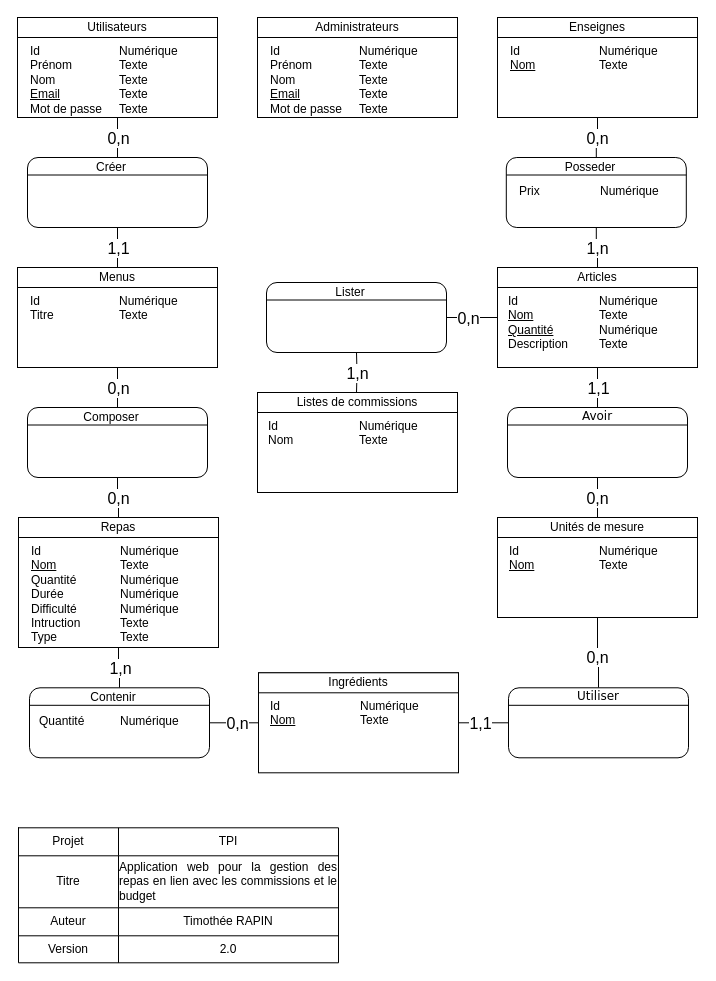
The draw.io diagram Documentation/07 BDD/MCD/MCD.drawio in TimotheeRapin/WebAppGestionRepas, before the edit. Source tidied: cells renumbered, new cells numbered last; positions are measured from the earlier drawing's top-left corner, leaving out a move shared by most shapes. Both pictures are drawn from the tidied source at 100%, with x=0, y=0 at pixel (17, 17).
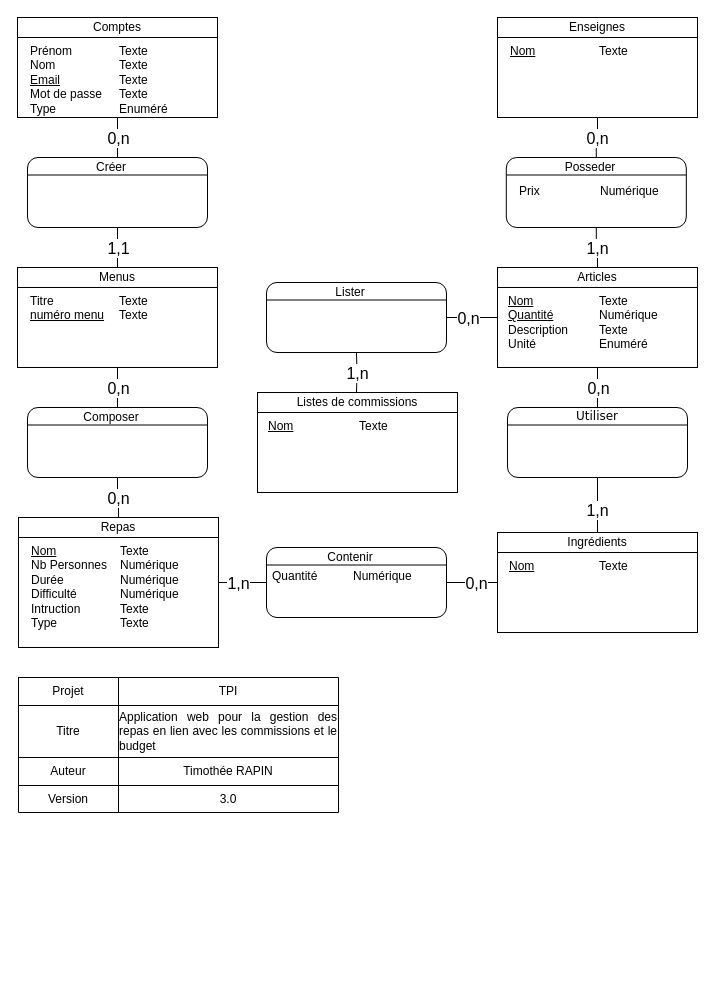
The same diagram, later.

Unchanged cells that the change refers to:
```xml
<mxCell id="12" style="shape=partialRectangle;html=1;whiteSpace=wrap;fillColor=none;top=0;left=0;bottom=0;right=0;" parent="2" vertex="1">
  <mxGeometry y="108" width="320" height="27" as="geometry" />
</mxCell>
<mxCell id="46" value="&lt;div style=&quot;box-sizing: border-box ; width: 100% ; padding: 2px&quot;&gt;&lt;br&gt;&lt;/div&gt;" style="verticalAlign=top;align=center;overflow=fill;html=1;rounded=0;shadow=0;comic=0;labelBackgroundColor=none;strokeColor=#000000;strokeWidth=1;fillColor=#ffffff;fontFamily=Verdana;fontSize=12;fontColor=#000000;" parent="1" vertex="1">
  <mxGeometry x="1" y="500" width="200" height="130" as="geometry" />
</mxCell>
<mxCell id="77" style="edgeStyle=orthogonalEdgeStyle;html=1;labelBackgroundColor=none;startArrow=none;endArrow=none;fontFamily=Verdana;fontSize=12;align=left;entryX=0.5;entryY=0;entryDx=0;entryDy=0;startFill=0;endFill=0;rounded=0;exitX=0.5;exitY=1;exitDx=0;exitDy=0;" parent="1" edge="1" source="34" target="79">
  <mxGeometry relative="1" as="geometry" />
</mxCell>
```

Diff of the diagram source:
```diff
@@
     <mxCell id="2" style="shape=table;html=1;whiteSpace=wrap;startSize=0;childLayout=tableLayout;" parent="1" vertex="1">
-      <mxGeometry x="1" y="810.3" width="320" height="135" as="geometry" />
+      <mxGeometry x="1" y="660" width="320" height="135" as="geometry" />
     </mxCell>
@@
-    <mxCell id="14" value="2.0" style="shape=partialRectangle;html=1;whiteSpace=wrap;overflow=hidden;fillColor=none;top=0;left=0;bottom=0;right=0;" parent="12" vertex="1">
+    <mxCell id="14" value="3.0" style="shape=partialRectangle;html=1;whiteSpace=wrap;overflow=hidden;fillColor=none;top=0;left=0;bottom=0;right=0;" parent="12" vertex="1">
       <mxGeometry x="100" width="220" height="27" as="geometry" />
     </mxCell>
@@
-    <mxCell id="16" value="Utilisateurs" style="rounded=0;whiteSpace=wrap;html=1;" parent="1" vertex="1">
+    <mxCell id="16" value="Comptes" style="rounded=0;whiteSpace=wrap;html=1;" parent="1" vertex="1">
       <mxGeometry width="200" height="20" as="geometry" />
     </mxCell>
-    <mxCell id="17" value="Id&lt;br style=&quot;border-color: var(--border-color);&quot;&gt;Prénom&lt;br style=&quot;border-color: var(--border-color);&quot;&gt;Nom&lt;br style=&quot;border-color: var(--border-color);&quot;&gt;&lt;u style=&quot;border-color: var(--border-color);&quot;&gt;Email&lt;/u&gt;&lt;br style=&quot;border-color: var(--border-color);&quot;&gt;Mot de passe" style="text;html=1;strokeColor=none;fillColor=none;align=left;verticalAlign=top;whiteSpace=wrap;rounded=0;" parent="1" vertex="1">
+    <mxCell id="17" value="Prénom&lt;br style=&quot;border-color: var(--border-color);&quot;&gt;Nom&lt;br style=&quot;border-color: var(--border-color);&quot;&gt;&lt;u style=&quot;border-color: var(--border-color);&quot;&gt;Email&lt;/u&gt;&lt;br style=&quot;border-color: var(--border-color);&quot;&gt;Mot de passe&lt;br&gt;Type" style="text;html=1;strokeColor=none;fillColor=none;align=left;verticalAlign=top;whiteSpace=wrap;rounded=0;" parent="1" vertex="1">
       <mxGeometry x="11" y="20" width="90" height="60" as="geometry" />
     </mxCell>
-    <mxCell id="18" value="Numérique&lt;br style=&quot;border-color: var(--border-color);&quot;&gt;Texte&lt;br style=&quot;border-color: var(--border-color);&quot;&gt;Texte&lt;br style=&quot;border-color: var(--border-color);&quot;&gt;Texte&lt;br style=&quot;border-color: var(--border-color);&quot;&gt;Texte" style="text;html=1;strokeColor=none;fillColor=none;align=left;verticalAlign=top;whiteSpace=wrap;rounded=0;" parent="1" vertex="1">
+    <mxCell id="18" value="Texte&lt;br style=&quot;border-color: var(--border-color);&quot;&gt;Texte&lt;br style=&quot;border-color: var(--border-color);&quot;&gt;Texte&lt;br style=&quot;border-color: var(--border-color);&quot;&gt;Texte&lt;br&gt;Enuméré" style="text;html=1;strokeColor=none;fillColor=none;align=left;verticalAlign=top;whiteSpace=wrap;rounded=0;" parent="1" vertex="1">
       <mxGeometry x="100" y="20" width="100" height="50" as="geometry" />
     </mxCell>
-    <mxCell id="19" value="&lt;div style=&quot;box-sizing: border-box ; width: 100% ; padding: 2px&quot;&gt;&lt;br&gt;&lt;/div&gt;" style="verticalAlign=top;align=center;overflow=fill;html=1;rounded=0;shadow=0;comic=0;labelBackgroundColor=none;strokeColor=#000000;strokeWidth=1;fillColor=#ffffff;fontFamily=Verdana;fontSize=12;fontColor=#000000;" parent="1" vertex="1">
-      <mxGeometry x="240" width="200" height="100" as="geometry" />
-    </mxCell>
-    <mxCell id="20" value="Administrateurs" style="rounded=0;whiteSpace=wrap;html=1;" parent="1" vertex="1">
-      <mxGeometry x="240" width="200" height="20" as="geometry" />
-    </mxCell>
-    <mxCell id="21" value="Id&lt;br style=&quot;border-color: var(--border-color);&quot;&gt;Prénom&lt;br style=&quot;border-color: var(--border-color);&quot;&gt;Nom&lt;br style=&quot;border-color: var(--border-color);&quot;&gt;&lt;u style=&quot;border-color: var(--border-color);&quot;&gt;Email&lt;/u&gt;&lt;br style=&quot;border-color: var(--border-color);&quot;&gt;Mot de passe" style="text;html=1;strokeColor=none;fillColor=none;align=left;verticalAlign=top;whiteSpace=wrap;rounded=0;" parent="1" vertex="1">
-      <mxGeometry x="251" y="20" width="90" height="60" as="geometry" />
-    </mxCell>
-    <mxCell id="22" value="Numérique&lt;br style=&quot;border-color: var(--border-color);&quot;&gt;Texte&lt;br style=&quot;border-color: var(--border-color);&quot;&gt;Texte&lt;br style=&quot;border-color: var(--border-color);&quot;&gt;Texte&lt;br style=&quot;border-color: var(--border-color);&quot;&gt;Texte" style="text;html=1;strokeColor=none;fillColor=none;align=left;verticalAlign=top;whiteSpace=wrap;rounded=0;" parent="1" vertex="1">
-      <mxGeometry x="340" y="20" width="100" height="50" as="geometry" />
-    </mxCell>
@@
-    <mxCell id="25" value="Id&lt;br&gt;Titre" style="text;html=1;strokeColor=none;fillColor=none;align=left;verticalAlign=top;whiteSpace=wrap;rounded=0;" parent="1" vertex="1">
+    <mxCell id="25" value="Titre&lt;br&gt;&lt;u&gt;numéro menu&lt;/u&gt;" style="text;html=1;strokeColor=none;fillColor=none;align=left;verticalAlign=top;whiteSpace=wrap;rounded=0;" parent="1" vertex="1">
       <mxGeometry x="11" y="270" width="90" height="60" as="geometry" />
     </mxCell>
-    <mxCell id="26" value="Numérique&lt;br&gt;Texte" style="text;html=1;strokeColor=none;fillColor=none;align=left;verticalAlign=top;whiteSpace=wrap;rounded=0;" parent="1" vertex="1">
+    <mxCell id="26" value="Texte&lt;br&gt;Texte" style="text;html=1;strokeColor=none;fillColor=none;align=left;verticalAlign=top;whiteSpace=wrap;rounded=0;" parent="1" vertex="1">
       <mxGeometry x="100" y="270" width="100" height="50" as="geometry" />
     </mxCell>
@@
-    <mxCell id="36" value="Id&lt;br style=&quot;border-color: var(--border-color);&quot;&gt;&lt;u&gt;Nom&lt;/u&gt;&lt;br&gt;&lt;u&gt;Quantité&lt;/u&gt;&lt;br&gt;Description" style="text;html=1;strokeColor=none;fillColor=none;align=left;verticalAlign=top;whiteSpace=wrap;rounded=0;" parent="1" vertex="1">
+    <mxCell id="36" value="&lt;u&gt;Nom&lt;/u&gt;&lt;br&gt;&lt;u&gt;Quantité&lt;/u&gt;&lt;br&gt;Description&lt;br&gt;Unité" style="text;html=1;strokeColor=none;fillColor=none;align=left;verticalAlign=top;whiteSpace=wrap;rounded=0;" parent="1" vertex="1">
       <mxGeometry x="489" y="270" width="92" height="60" as="geometry" />
     </mxCell>
-    <mxCell id="37" value="Numérique&lt;br style=&quot;border-color: var(--border-color);&quot;&gt;Texte&lt;br style=&quot;border-color: var(--border-color);&quot;&gt;Numérique&lt;br&gt;Texte" style="text;html=1;strokeColor=none;fillColor=none;align=left;verticalAlign=top;whiteSpace=wrap;rounded=0;" parent="1" vertex="1">
+    <mxCell id="37" value="Texte&lt;br style=&quot;border-color: var(--border-color);&quot;&gt;Numérique&lt;br&gt;Texte&lt;br&gt;Enuméré" style="text;html=1;strokeColor=none;fillColor=none;align=left;verticalAlign=top;whiteSpace=wrap;rounded=0;" parent="1" vertex="1">
       <mxGeometry x="580" y="270" width="100" height="50" as="geometry" />
     </mxCell>
@@
-    <mxCell id="40" value="Id&lt;br style=&quot;border-color: var(--border-color);&quot;&gt;&lt;u&gt;Nom&lt;br&gt;&lt;/u&gt;" style="text;html=1;strokeColor=none;fillColor=none;align=left;verticalAlign=top;whiteSpace=wrap;rounded=0;" parent="1" vertex="1">
+    <mxCell id="40" value="&lt;u&gt;Nom&lt;br&gt;&lt;/u&gt;" style="text;html=1;strokeColor=none;fillColor=none;align=left;verticalAlign=top;whiteSpace=wrap;rounded=0;" parent="1" vertex="1">
       <mxGeometry x="491" y="20" width="90" height="60" as="geometry" />
     </mxCell>
-    <mxCell id="41" value="Numérique&lt;br style=&quot;border-color: var(--border-color);&quot;&gt;Texte" style="text;html=1;strokeColor=none;fillColor=none;align=left;verticalAlign=top;whiteSpace=wrap;rounded=0;" parent="1" vertex="1">
+    <mxCell id="41" value="Texte" style="text;html=1;strokeColor=none;fillColor=none;align=left;verticalAlign=top;whiteSpace=wrap;rounded=0;" parent="1" vertex="1">
       <mxGeometry x="580" y="20" width="100" height="50" as="geometry" />
     </mxCell>
     <mxCell id="42" value="&lt;div style=&quot;box-sizing: border-box ; width: 100% ; padding: 2px&quot;&gt;&lt;br&gt;&lt;/div&gt;" style="verticalAlign=top;align=center;overflow=fill;html=1;rounded=0;shadow=0;comic=0;labelBackgroundColor=none;strokeColor=#000000;strokeWidth=1;fillColor=#ffffff;fontFamily=Verdana;fontSize=12;fontColor=#000000;" parent="1" vertex="1">
-      <mxGeometry x="241" y="655.3" width="200" height="100" as="geometry" />
+      <mxGeometry x="480" y="515" width="200" height="100" as="geometry" />
     </mxCell>
     <mxCell id="43" value="Ingrédients" style="rounded=0;whiteSpace=wrap;html=1;" parent="1" vertex="1">
-      <mxGeometry x="241" y="655.3" width="200" height="20" as="geometry" />
+      <mxGeometry x="480" y="515" width="200" height="20" as="geometry" />
     </mxCell>
-    <mxCell id="44" value="Id&lt;br style=&quot;border-color: var(--border-color);&quot;&gt;&lt;u&gt;Nom&lt;br&gt;&lt;/u&gt;" style="text;html=1;strokeColor=none;fillColor=none;align=left;verticalAlign=top;whiteSpace=wrap;rounded=0;" parent="1" vertex="1">
-      <mxGeometry x="251" y="675.3" width="91" height="60" as="geometry" />
+    <mxCell id="44" value="&lt;u&gt;Nom&lt;br&gt;&lt;/u&gt;" style="text;html=1;strokeColor=none;fillColor=none;align=left;verticalAlign=top;whiteSpace=wrap;rounded=0;" parent="1" vertex="1">
+      <mxGeometry x="490" y="535" width="91" height="60" as="geometry" />
     </mxCell>
-    <mxCell id="45" value="Numérique&lt;br style=&quot;border-color: var(--border-color);&quot;&gt;Texte" style="text;html=1;strokeColor=none;fillColor=none;align=left;verticalAlign=top;whiteSpace=wrap;rounded=0;" parent="1" vertex="1">
-      <mxGeometry x="341" y="675.3" width="100" height="50" as="geometry" />
+    <mxCell id="45" value="Texte" style="text;html=1;strokeColor=none;fillColor=none;align=left;verticalAlign=top;whiteSpace=wrap;rounded=0;" parent="1" vertex="1">
+      <mxGeometry x="580" y="535" width="100" height="50" as="geometry" />
     </mxCell>
@@
-    <mxCell id="48" value="Id&lt;br style=&quot;border-color: var(--border-color);&quot;&gt;&lt;u&gt;Nom&lt;/u&gt;&lt;br&gt;Quantité&lt;br&gt;Durée&lt;br&gt;Difficulté&lt;br&gt;Intruction&lt;br&gt;Type" style="text;html=1;strokeColor=none;fillColor=none;align=left;verticalAlign=top;whiteSpace=wrap;rounded=0;" parent="1" vertex="1">
+    <mxCell id="48" value="&lt;u&gt;Nom&lt;/u&gt;&lt;br&gt;Nb Personnes&lt;br&gt;Durée&lt;br&gt;Difficulté&lt;br&gt;Intruction&lt;br&gt;Type" style="text;html=1;strokeColor=none;fillColor=none;align=left;verticalAlign=top;whiteSpace=wrap;rounded=0;" parent="1" vertex="1">
       <mxGeometry x="12" y="520" width="90" height="60" as="geometry" />
     </mxCell>
-    <mxCell id="49" value="Numérique&lt;br style=&quot;border-color: var(--border-color);&quot;&gt;Texte&lt;br style=&quot;border-color: var(--border-color);&quot;&gt;Numérique&lt;br&gt;Numérique&lt;br&gt;Numérique&lt;br&gt;Texte&lt;br&gt;Texte" style="text;html=1;strokeColor=none;fillColor=none;align=left;verticalAlign=top;whiteSpace=wrap;rounded=0;" parent="1" vertex="1">
+    <mxCell id="49" value="Texte&lt;br style=&quot;border-color: var(--border-color);&quot;&gt;Numérique&lt;br&gt;Numérique&lt;br&gt;Numérique&lt;br&gt;Texte&lt;br&gt;Texte" style="text;html=1;strokeColor=none;fillColor=none;align=left;verticalAlign=top;whiteSpace=wrap;rounded=0;" parent="1" vertex="1">
       <mxGeometry x="101" y="520" width="100" height="50" as="geometry" />
     </mxCell>
@@
-    <mxCell id="57" style="edgeStyle=orthogonalEdgeStyle;html=1;labelBackgroundColor=none;startArrow=none;endArrow=none;fontFamily=Verdana;fontSize=12;align=left;entryX=0.5;entryY=0;entryDx=0;entryDy=0;startFill=0;endFill=0;rounded=0;exitX=0.5;exitY=1;exitDx=0;exitDy=0;" parent="1" edge="1" source="46" target="59">
+    <mxCell id="57" style="edgeStyle=orthogonalEdgeStyle;html=1;labelBackgroundColor=none;startArrow=none;endArrow=none;fontFamily=Verdana;fontSize=12;align=left;entryX=0;entryY=0.5;entryDx=0;entryDy=0;startFill=0;endFill=0;rounded=0;exitX=1;exitY=0.5;exitDx=0;exitDy=0;" parent="1" edge="1" source="46" target="59">
       <mxGeometry relative="1" as="geometry" />
     </mxCell>
     <mxCell id="58" value="1,n" style="text;html=1;align=center;verticalAlign=middle;labelBackgroundColor=#ffffff;direction=south;fontSize=16;" parent="57" vertex="1">
       <mxGeometry x="-0.77" y="-1" relative="1" as="geometry">
-        <mxPoint x="2" y="15" as="offset" />
+        <mxPoint x="13" y="-1" as="offset" />
       </mxGeometry>
     </mxCell>
     <mxCell id="59" value="&lt;div style=&quot;box-sizing: border-box ; width: 100% ; padding: 2px&quot;&gt;&lt;br&gt;&lt;/div&gt;" style="verticalAlign=top;align=center;overflow=fill;html=1;rounded=1;shadow=0;comic=0;labelBackgroundColor=none;strokeColor=#000000;strokeWidth=1;fillColor=#ffffff;fontFamily=Verdana;fontSize=12;fontColor=#000000;" parent="1" vertex="1">
-      <mxGeometry x="12" y="670.3" width="180" height="70" as="geometry" />
+      <mxGeometry x="249" y="530" width="180" height="70" as="geometry" />
     </mxCell>
@@
     <mxCell id="63" value="Contenir" style="text;html=1;strokeColor=none;fillColor=none;align=center;verticalAlign=middle;whiteSpace=wrap;rounded=0;" parent="1" vertex="1">
-      <mxGeometry x="36" y="670.3" width="120" height="20" as="geometry" />
+      <mxGeometry x="273" y="530" width="120" height="20" as="geometry" />
     </mxCell>
@@
-    <mxCell id="73" value="&lt;div style=&quot;box-sizing: border-box ; width: 100% ; padding: 2px&quot;&gt;&lt;br&gt;&lt;/div&gt;" style="verticalAlign=top;align=center;overflow=fill;html=1;rounded=0;shadow=0;comic=0;labelBackgroundColor=none;strokeColor=#000000;strokeWidth=1;fillColor=#ffffff;fontFamily=Verdana;fontSize=12;fontColor=#000000;" parent="1" vertex="1">
-      <mxGeometry x="480" y="500" width="200" height="100" as="geometry" />
-    </mxCell>
-    <mxCell id="74" value="Unités de mesure" style="rounded=0;whiteSpace=wrap;html=1;" parent="1" vertex="1">
-      <mxGeometry x="480" y="500" width="200" height="20" as="geometry" />
-    </mxCell>
-    <mxCell id="75" value="Id&lt;br style=&quot;border-color: var(--border-color);&quot;&gt;&lt;u&gt;Nom&lt;br&gt;&lt;/u&gt;" style="text;html=1;strokeColor=none;fillColor=none;align=left;verticalAlign=top;whiteSpace=wrap;rounded=0;" parent="1" vertex="1">
-      <mxGeometry x="490" y="520" width="91" height="60" as="geometry" />
-    </mxCell>
-    <mxCell id="76" value="Numérique&lt;br style=&quot;border-color: var(--border-color);&quot;&gt;Texte" style="text;html=1;strokeColor=none;fillColor=none;align=left;verticalAlign=top;whiteSpace=wrap;rounded=0;" parent="1" vertex="1">
-      <mxGeometry x="580" y="520" width="100" height="50" as="geometry" />
-    </mxCell>
@@
-    <mxCell id="78" value="1,1" style="text;html=1;align=center;verticalAlign=middle;labelBackgroundColor=#ffffff;direction=south;fontSize=16;" parent="77" vertex="1">
+    <mxCell id="78" value="0,n" style="text;html=1;align=center;verticalAlign=middle;labelBackgroundColor=#ffffff;direction=south;fontSize=16;" parent="77" vertex="1">
       <mxGeometry x="-0.77" y="-1" relative="1" as="geometry">
         <mxPoint x="1" y="15" as="offset" />
       </mxGeometry>
     </mxCell>
-    <mxCell id="79" value="&lt;div style=&quot;box-sizing: border-box ; width: 100% ; padding: 2px&quot;&gt;Avoir&lt;/div&gt;" style="verticalAlign=top;align=center;overflow=fill;html=1;rounded=1;shadow=0;comic=0;labelBackgroundColor=none;strokeColor=#000000;strokeWidth=1;fillColor=#ffffff;fontFamily=Verdana;fontSize=12;fontColor=#000000;" parent="1" vertex="1">
+    <mxCell id="79" value="&lt;div style=&quot;box-sizing: border-box ; width: 100% ; padding: 2px&quot;&gt;Utiliser&lt;/div&gt;" style="verticalAlign=top;align=center;overflow=fill;html=1;rounded=1;shadow=0;comic=0;labelBackgroundColor=none;strokeColor=#000000;strokeWidth=1;fillColor=#ffffff;fontFamily=Verdana;fontSize=12;fontColor=#000000;" parent="1" vertex="1">
       <mxGeometry x="490" y="390" width="180" height="70" as="geometry" />
     </mxCell>
-    <mxCell id="80" style="edgeStyle=orthogonalEdgeStyle;rounded=0;jettySize=auto;html=1;startArrow=none;startFill=0;endArrow=none;endFill=0;exitX=0.5;exitY=0;exitDx=0;exitDy=0;" parent="1" edge="1" source="74" target="79">
+    <mxCell id="80" style="edgeStyle=orthogonalEdgeStyle;rounded=0;jettySize=auto;html=1;startArrow=none;startFill=0;endArrow=none;endFill=0;exitX=0.5;exitY=0;exitDx=0;exitDy=0;" parent="1" edge="1" source="43" target="79">
       <mxGeometry relative="1" as="geometry" />
     </mxCell>
-    <mxCell id="81" value="0,n" style="text;html=1;align=center;verticalAlign=middle;labelBackgroundColor=#ffffff;fontSize=16;" parent="80" vertex="1">
+    <mxCell id="81" value="1,n" style="text;html=1;align=center;verticalAlign=middle;labelBackgroundColor=#ffffff;fontSize=16;" parent="80" vertex="1">
       <mxGeometry x="-0.65" relative="1" as="geometry">
         <mxPoint x="-1" y="-13" as="offset" />
       </mxGeometry>
     </mxCell>
@@
-    <mxCell id="83" style="edgeStyle=orthogonalEdgeStyle;html=1;labelBackgroundColor=none;startArrow=none;endArrow=none;fontFamily=Verdana;fontSize=12;align=left;entryX=0.5;entryY=0;entryDx=0;entryDy=0;startFill=0;endFill=0;rounded=0;exitX=0.5;exitY=1;exitDx=0;exitDy=0;" parent="1" edge="1" source="73" target="85">
-      <mxGeometry relative="1" as="geometry" />
-    </mxCell>
-    <mxCell id="84" value="0,n" style="text;html=1;align=center;verticalAlign=middle;labelBackgroundColor=#ffffff;direction=south;fontSize=16;" parent="83" vertex="1">
-      <mxGeometry x="-0.77" y="-1" relative="1" as="geometry">
-        <mxPoint y="31" as="offset" />
-      </mxGeometry>
-    </mxCell>
-    <mxCell id="85" value="&lt;div style=&quot;box-sizing: border-box ; width: 100% ; padding: 2px&quot;&gt;Utiliser&lt;/div&gt;" style="verticalAlign=top;align=center;overflow=fill;html=1;rounded=1;shadow=0;comic=0;labelBackgroundColor=none;strokeColor=#000000;strokeWidth=1;fillColor=#ffffff;fontFamily=Verdana;fontSize=12;fontColor=#000000;" parent="1" vertex="1">
-      <mxGeometry x="491" y="670.3" width="180" height="70" as="geometry" />
-    </mxCell>
-    <mxCell id="86" style="edgeStyle=orthogonalEdgeStyle;rounded=0;jettySize=auto;html=1;startArrow=none;startFill=0;endArrow=none;endFill=0;exitX=1;exitY=0.5;exitDx=0;exitDy=0;" parent="1" edge="1" source="42" target="85">
-      <mxGeometry relative="1" as="geometry" />
-    </mxCell>
-    <mxCell id="87" value="1,1" style="text;html=1;align=center;verticalAlign=middle;labelBackgroundColor=#ffffff;fontSize=16;" parent="86" vertex="1">
-      <mxGeometry x="-0.65" relative="1" as="geometry">
-        <mxPoint x="12" as="offset" />
-      </mxGeometry>
-    </mxCell>
-    <mxCell id="88" style="endArrow=none;html=1;entryX=1;entryY=0.25;entryDx=0;entryDy=0;exitX=0;exitY=0.25;exitDx=0;exitDy=0;" parent="1" edge="1" source="85" target="85">
-      <mxGeometry relative="1" as="geometry" />
-    </mxCell>
@@
-    <mxCell id="91" value="Id&lt;br style=&quot;border-color: var(--border-color);&quot;&gt;Nom" style="text;html=1;strokeColor=none;fillColor=none;align=left;verticalAlign=top;whiteSpace=wrap;rounded=0;" parent="1" vertex="1">
+    <mxCell id="91" value="&lt;u&gt;Nom&lt;/u&gt;" style="text;html=1;strokeColor=none;fillColor=none;align=left;verticalAlign=top;whiteSpace=wrap;rounded=0;" parent="1" vertex="1">
       <mxGeometry x="249" y="395" width="92" height="60" as="geometry" />
     </mxCell>
-    <mxCell id="92" value="Numérique&lt;br style=&quot;border-color: var(--border-color);&quot;&gt;Texte" style="text;html=1;strokeColor=none;fillColor=none;align=left;verticalAlign=top;whiteSpace=wrap;rounded=0;" parent="1" vertex="1">
+    <mxCell id="92" value="Texte" style="text;html=1;strokeColor=none;fillColor=none;align=left;verticalAlign=top;whiteSpace=wrap;rounded=0;" parent="1" vertex="1">
       <mxGeometry x="340" y="395" width="100" height="50" as="geometry" />
     </mxCell>
@@
     <mxCell id="100" value="Quantité" style="text;html=1;strokeColor=none;fillColor=none;align=left;verticalAlign=top;whiteSpace=wrap;rounded=0;" parent="1" vertex="1">
-      <mxGeometry x="20" y="690.3" width="90" height="60" as="geometry" />
+      <mxGeometry x="252.5" y="545" width="90" height="60" as="geometry" />
     </mxCell>
     <mxCell id="101" value="Numérique" style="text;html=1;strokeColor=none;fillColor=none;align=left;verticalAlign=top;whiteSpace=wrap;rounded=0;" parent="1" vertex="1">
-      <mxGeometry x="101" y="690.3" width="100" height="50" as="geometry" />
+      <mxGeometry x="333.5" y="545" width="100" height="50" as="geometry" />
     </mxCell>
```
